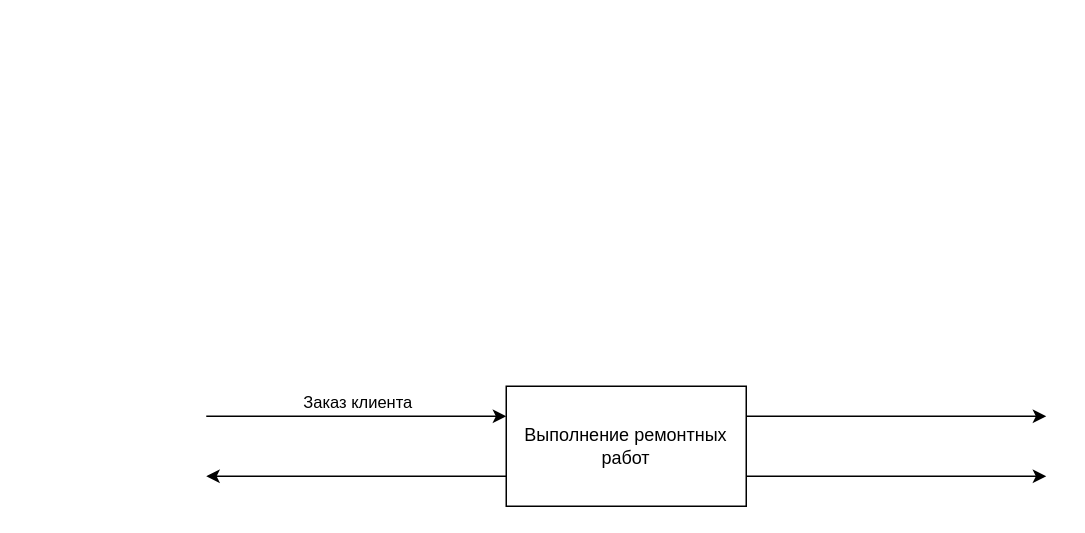
This is Диаграмма без названия.drawio from plkkz/ppo-3k-lb, a draw.io file, before an edit. Source tidied: cells renumbered, new cells numbered last; positions are measured from the earlier drawing's top-left corner, leaving out a move shared by most shapes. Both pictures are drawn from the tidied source at 150%, with x=0, y=0 at pixel (206, 386).
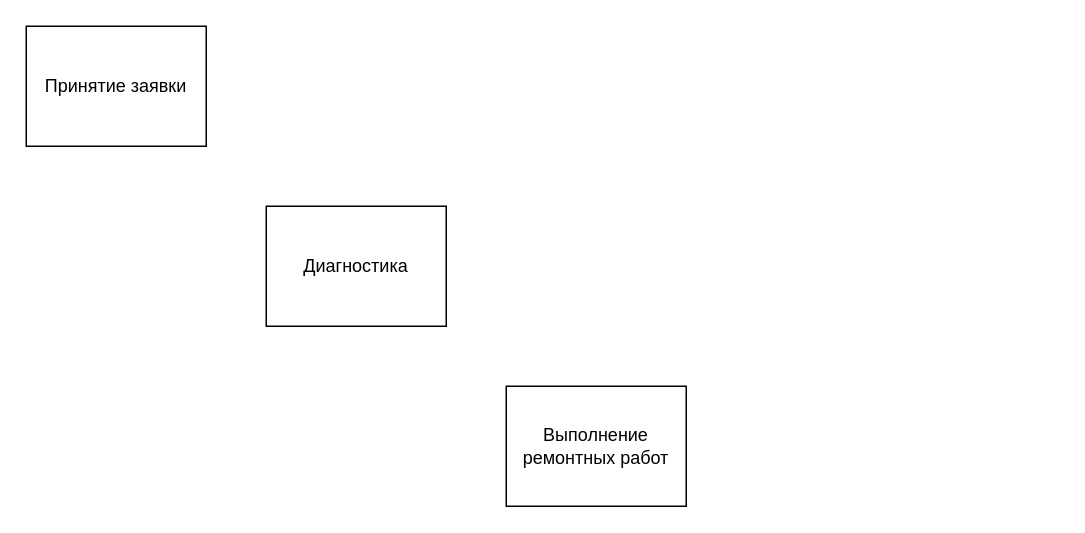
Above is the later version.

The edit, as a diff of the source:
```diff
@@
 <mxGraphModel>
   <root>
     <mxCell id="0" />
     <mxCell id="1" parent="0" />
+    <mxCell id="8" value="Принятие заявки" style="rounded=0;whiteSpace=wrap;html=1;" parent="1" vertex="1">
+      <mxGeometry x="-120" y="-240" width="120" height="80" as="geometry" />
+    </mxCell>
+    <mxCell id="9" value="Диагностика" style="rounded=0;whiteSpace=wrap;html=1;" parent="1" vertex="1">
+      <mxGeometry x="40" y="-120" width="120" height="80" as="geometry" />
+    </mxCell>
     <mxCell id="2" value="Выполнение ремонтных работ" style="rounded=0;whiteSpace=wrap;html=1;" parent="1" vertex="1">
-      <mxGeometry x="200" width="160" height="80" as="geometry" />
+      <mxGeometry x="200" width="120" height="80" as="geometry" />
     </mxCell>
-    <mxCell id="3" style="endArrow=classic;html=1;rounded=0;exitX=0;exitY=0.5;exitDx=0;exitDy=0;" parent="1" edge="1">
-      <mxGeometry relative="1" as="geometry">
-        <mxPoint x="200" y="60" as="sourcePoint" />
-        <mxPoint y="60" as="targetPoint" />
-      </mxGeometry>
-    </mxCell>
-    <mxCell id="4" style="endArrow=classic;html=1;rounded=0;exitX=0;exitY=0.5;exitDx=0;exitDy=0;" parent="1" edge="1">
-      <mxGeometry relative="1" as="geometry">
-        <mxPoint y="20" as="sourcePoint" />
-        <mxPoint x="200" y="20" as="targetPoint" />
-      </mxGeometry>
-    </mxCell>
-    <mxCell id="5" value="Заказ клиента" style="edgeLabel;html=1;align=center;verticalAlign=middle;" parent="4" vertex="1">
-      <mxGeometry x="0.1" y="4" relative="1" as="geometry">
-        <mxPoint x="-10" y="-6" as="offset" />
-      </mxGeometry>
-    </mxCell>
-    <mxCell id="6" style="endArrow=classic;html=1;rounded=0;exitX=0;exitY=0.5;exitDx=0;exitDy=0;" parent="1" edge="1">
-      <mxGeometry relative="1" as="geometry">
-        <mxPoint x="360" y="20" as="sourcePoint" />
-        <mxPoint x="560" y="20" as="targetPoint" />
-      </mxGeometry>
-    </mxCell>
-    <mxCell id="7" style="endArrow=classic;html=1;rounded=0;exitX=0;exitY=0.5;exitDx=0;exitDy=0;" parent="1" edge="1">
-      <mxGeometry relative="1" as="geometry">
-        <mxPoint x="360" y="60" as="sourcePoint" />
-        <mxPoint x="560" y="60" as="targetPoint" />
-      </mxGeometry>
-    </mxCell>
   </root>
 </mxGraphModel>
```
